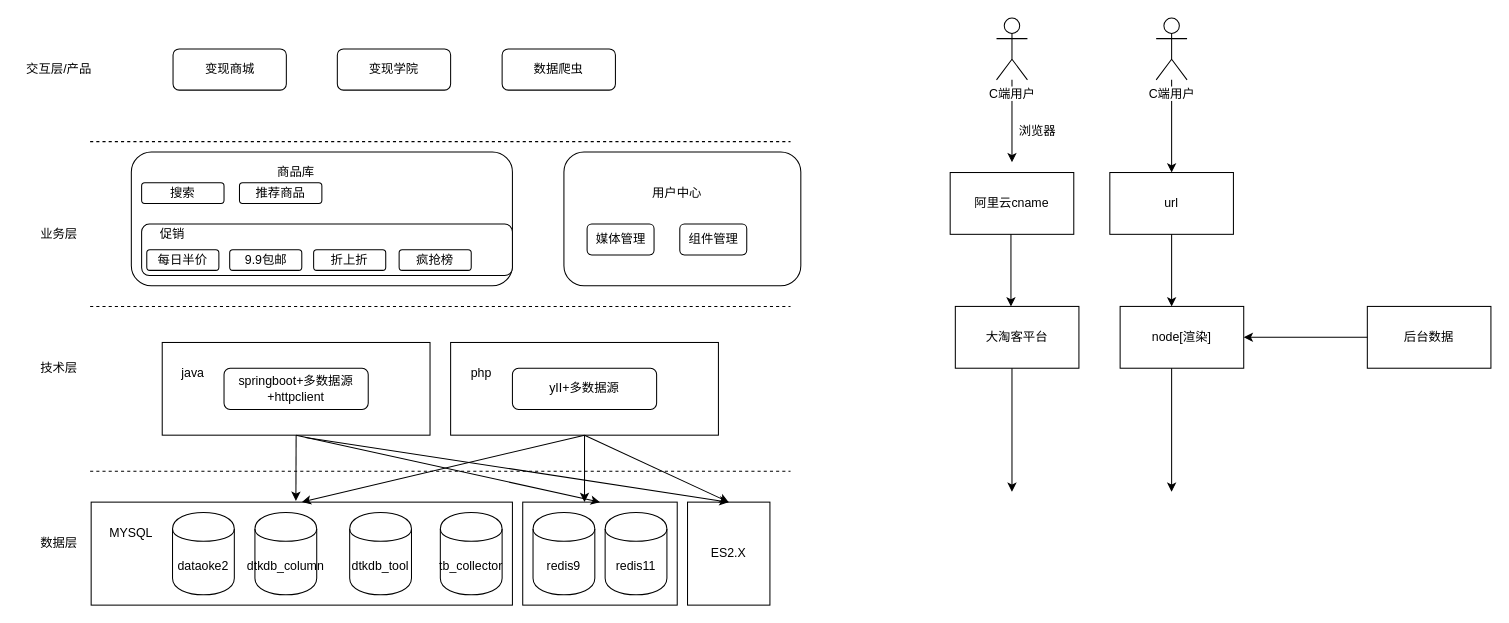
Earlier version of the draw.io diagram 1.drawio (sevenDay2014/dtk). Source tidied: cells renumbered, new cells numbered last; positions are measured from the earlier drawing's top-left corner, leaving out a move shared by most shapes. Both pictures are drawn from the tidied source at 103%, with x=0, y=0 at pixel (18, 18).
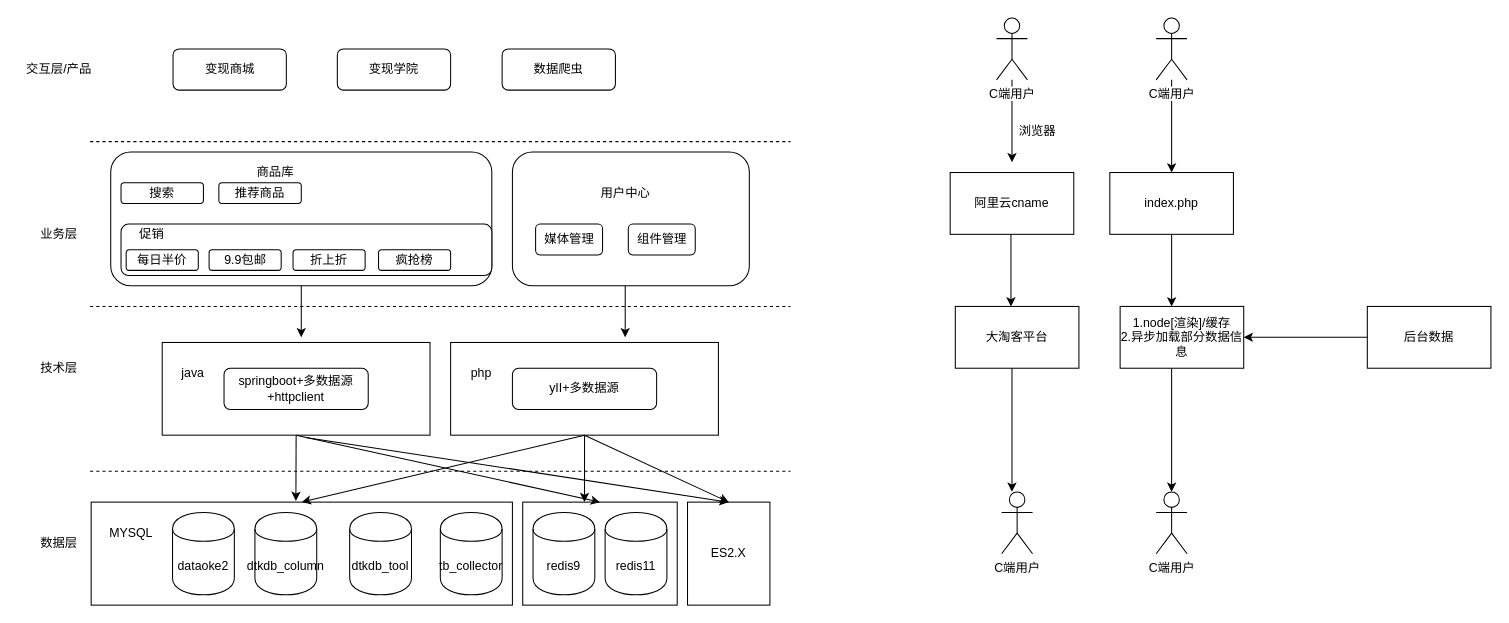
Above is the later version.

Commit message:
v1.0.0-feature:进行变现的解析地址的梳理

Change to the diagram source:
```diff
@@
     <mxCell id="15" style="rounded=1;whiteSpace=wrap;html=1;" parent="1" vertex="1">
-      <mxGeometry x="530" y="130" width="230" height="130" as="geometry" />
+      <mxGeometry x="480" y="130" width="230" height="130" as="geometry" />
     </mxCell>
@@
     <mxCell id="27" style="rounded=1;whiteSpace=wrap;html=1;labelPosition=center;verticalLabelPosition=middle;align=center;verticalAlign=middle;" parent="1" vertex="1">
-      <mxGeometry x="110" y="130" width="370" height="130" as="geometry" />
+      <mxGeometry x="90" y="130" width="370" height="130" as="geometry" />
     </mxCell>
@@
     <mxCell id="35" value="商品库" style="text;html=1;strokeColor=none;fillColor=none;align=center;verticalAlign=middle;whiteSpace=wrap;rounded=0;" parent="1" vertex="1">
-      <mxGeometry x="250" y="140" width="40" height="20" as="geometry" />
+      <mxGeometry x="230" y="140" width="40" height="20" as="geometry" />
     </mxCell>
     <mxCell id="36" value="用户中心" style="text;html=1;strokeColor=none;fillColor=none;align=center;verticalAlign=middle;whiteSpace=wrap;rounded=0;" parent="1" vertex="1">
-      <mxGeometry x="610" y="160" width="60" height="20" as="geometry" />
+      <mxGeometry x="560" y="160" width="60" height="20" as="geometry" />
     </mxCell>
     <mxCell id="37" value="媒体管理" style="rounded=1;whiteSpace=wrap;html=1;" parent="1" vertex="1">
-      <mxGeometry x="552.5" y="200" width="65" height="30" as="geometry" />
+      <mxGeometry x="502.5" y="200" width="65" height="30" as="geometry" />
     </mxCell>
     <mxCell id="38" value="组件管理" style="rounded=1;whiteSpace=wrap;html=1;" parent="1" vertex="1">
-      <mxGeometry x="642.5" y="200" width="65" height="30" as="geometry" />
+      <mxGeometry x="592.5" y="200" width="65" height="30" as="geometry" />
     </mxCell>
@@
     <mxCell id="40" value="搜索" style="rounded=1;whiteSpace=wrap;html=1;" parent="1" vertex="1">
-      <mxGeometry x="120" y="160" width="80" height="20" as="geometry" />
+      <mxGeometry x="100" y="160" width="80" height="20" as="geometry" />
     </mxCell>
     <mxCell id="41" style="rounded=1;whiteSpace=wrap;html=1;" parent="1" vertex="1">
-      <mxGeometry x="120" y="200" width="360" height="50" as="geometry" />
+      <mxGeometry x="100" y="200" width="360" height="50" as="geometry" />
     </mxCell>
     <mxCell id="42" value="促销" style="text;html=1;strokeColor=none;fillColor=none;align=center;verticalAlign=middle;whiteSpace=wrap;rounded=0;" parent="1" vertex="1">
-      <mxGeometry x="130" y="200" width="40" height="20" as="geometry" />
+      <mxGeometry x="110" y="200" width="40" height="20" as="geometry" />
     </mxCell>
     <mxCell id="43" value="每日半价" style="rounded=1;whiteSpace=wrap;html=1;" parent="1" vertex="1">
-      <mxGeometry x="125" y="225" width="70" height="20" as="geometry" />
+      <mxGeometry x="105" y="225" width="70" height="20" as="geometry" />
     </mxCell>
     <mxCell id="44" value="9.9包邮" style="rounded=1;whiteSpace=wrap;html=1;" parent="1" vertex="1">
-      <mxGeometry x="205.5" y="225" width="70" height="20" as="geometry" />
+      <mxGeometry x="185.5" y="225" width="70" height="20" as="geometry" />
     </mxCell>
     <mxCell id="45" value="折上折" style="rounded=1;whiteSpace=wrap;html=1;" parent="1" vertex="1">
-      <mxGeometry x="287" y="225" width="70" height="20" as="geometry" />
+      <mxGeometry x="267" y="225" width="70" height="20" as="geometry" />
     </mxCell>
     <mxCell id="46" value="疯抢榜" style="rounded=1;whiteSpace=wrap;html=1;" parent="1" vertex="1">
-      <mxGeometry x="370" y="225" width="70" height="20" as="geometry" />
+      <mxGeometry x="350" y="225" width="70" height="20" as="geometry" />
     </mxCell>
     <mxCell id="47" value="推荐商品" style="rounded=1;whiteSpace=wrap;html=1;" parent="1" vertex="1">
-      <mxGeometry x="215" y="160" width="80" height="20" as="geometry" />
+      <mxGeometry x="195" y="160" width="80" height="20" as="geometry" />
     </mxCell>
@@
-    <mxCell id="54" value="url" style="rounded=0;whiteSpace=wrap;html=1;" parent="1" vertex="1">
+    <mxCell id="54" value="index.php&lt;br&gt;" style="rounded=0;whiteSpace=wrap;html=1;" parent="1" vertex="1">
       <mxGeometry x="1060" y="150" width="120" height="60" as="geometry" />
     </mxCell>
@@
-    <mxCell id="57" value="node[渲染]" style="rounded=0;whiteSpace=wrap;html=1;" parent="1" vertex="1">
+    <mxCell id="57" value="1.node[渲染]/缓存&lt;br&gt;2.异步加载部分数据信息" style="rounded=0;whiteSpace=wrap;html=1;" parent="1" vertex="1">
       <mxGeometry x="1070" y="280" width="120" height="60" as="geometry" />
     </mxCell>
@@
+    <mxCell id="63" style="endArrow=classic;html=1;exitX=0.5;exitY=1;exitDx=0;exitDy=0;" parent="1" edge="1" source="27">
+      <mxGeometry relative="1" as="geometry">
+        <mxPoint x="275" y="310" as="targetPoint" />
+      </mxGeometry>
+    </mxCell>
+    <mxCell id="64" style="endArrow=classic;html=1;exitX=0.5;exitY=1;exitDx=0;exitDy=0;" parent="1" edge="1">
+      <mxGeometry relative="1" as="geometry">
+        <mxPoint x="589.5" y="260" as="sourcePoint" />
+        <mxPoint x="589.5" y="310" as="targetPoint" />
+      </mxGeometry>
+    </mxCell>
+    <mxCell id="65" value="C端用户" style="shape=umlActor;verticalLabelPosition=bottom;labelBackgroundColor=#ffffff;verticalAlign=top;html=1;" parent="1" vertex="1">
+      <mxGeometry x="955" y="460.1" width="30" height="60" as="geometry" />
+    </mxCell>
+    <mxCell id="66" value="C端用户" style="shape=umlActor;verticalLabelPosition=bottom;labelBackgroundColor=#ffffff;verticalAlign=top;html=1;" parent="1" vertex="1">
+      <mxGeometry x="1105" y="460.1" width="30" height="60" as="geometry" />
+    </mxCell>
```
